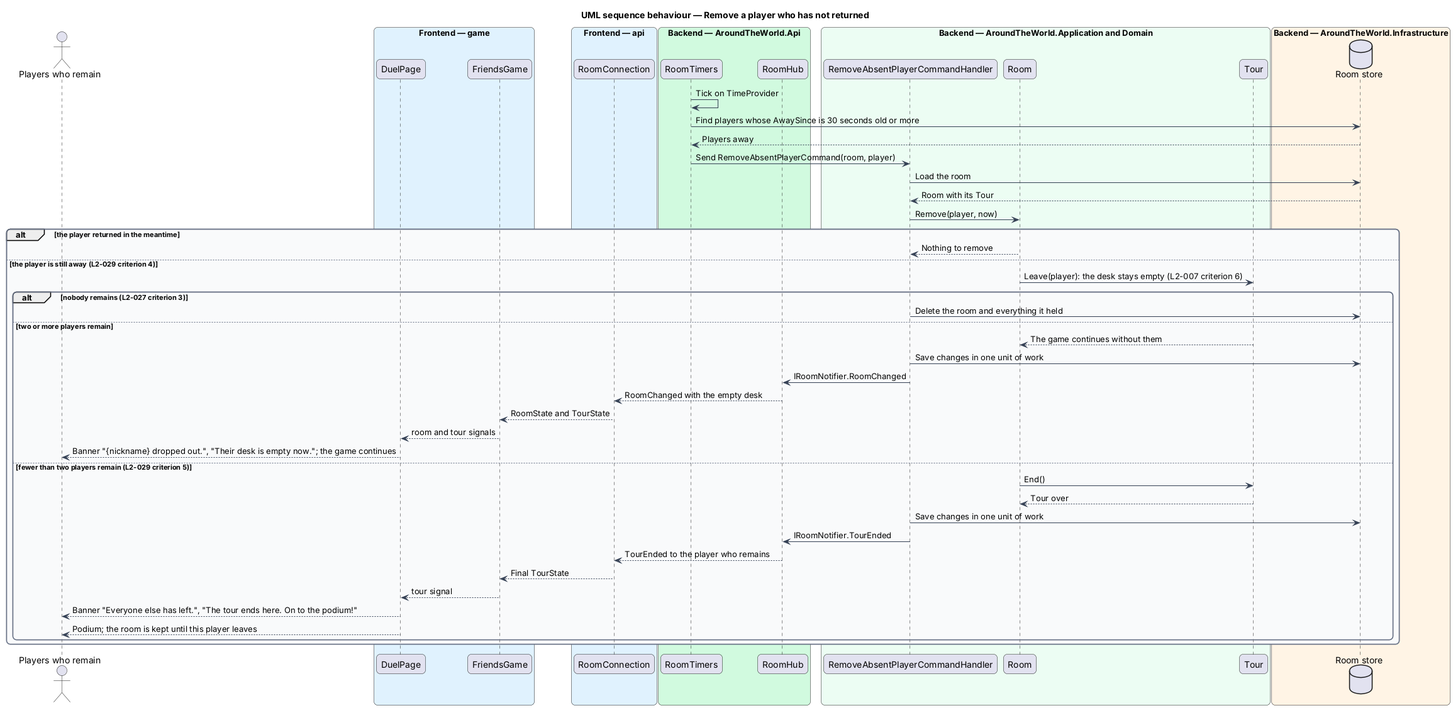
QuinntyneBrown/around-the-world keeps this PlantUML diagram as docs/detailed-designs/rooms/return-after-lost-connection/diagrams/sequence-remove-absent-player.png. Above is the earlier version. Its source is kept beside it as docs/detailed-designs/rooms/return-after-lost-connection/diagrams/sequence-remove-absent-player.puml. The source it was exported from:
```plantuml
@startuml
title UML sequence behaviour — Remove a player who has not returned
skinparam backgroundColor #FFFFFF
skinparam shadowing false
skinparam roundcorner 12
skinparam defaultFontName Arial
skinparam ArrowColor #344054
skinparam rectangle {
  BorderColor #344054
  FontColor #101828
}
skinparam package {
  BorderColor #667085
  FontColor #101828
  BackgroundColor #F9FAFB
}
actor "Players who remain" as others
box "Frontend — game" #E0F2FE
  participant "DuelPage" as page
  participant "FriendsGame" as session
end box
box "Frontend — api" #E0F2FE
  participant "RoomConnection" as conn
end box
box "Backend — AroundTheWorld.Api" #D1FADF
  participant "RoomTimers" as timers
  participant "RoomHub" as hub
end box
box "Backend — AroundTheWorld.Application and Domain" #ECFDF3
  participant "RemoveAbsentPlayerCommandHandler" as handler
  participant "Room" as room
  participant "Tour" as tour
end box
box "Backend — AroundTheWorld.Infrastructure" #FFF4E5
  database "Room store" as db
end box
timers -> timers : Tick on TimeProvider
timers -> db : Find players whose AwaySince is 30 seconds old or more
db --> timers : Players away
timers -> handler : Send RemoveAbsentPlayerCommand(room, player)
handler -> db : Load the room
db --> handler : Room with its Tour
handler -> room : Remove(player, now)
alt the player returned in the meantime
  room --> handler : Nothing to remove
else the player is still away (L2-029 criterion 4)
  room -> tour : Leave(player): the desk stays empty (L2-007 criterion 6)
  alt nobody remains (L2-027 criterion 3)
    handler -> db : Delete the room and everything it held
  else two or more players remain
    tour --> room : The game continues without them
    handler -> db : Save changes in one unit of work
    handler -> hub : IRoomNotifier.RoomChanged
    hub --> conn : RoomChanged with the empty desk
    conn --> session : RoomState and TourState
    session --> page : room and tour signals
    page --> others : Banner "{nickname} dropped out.", "Their desk is empty now."; the game continues
  else fewer than two players remain (L2-029 criterion 5)
    room -> tour : End()
    tour --> room : Tour over
    handler -> db : Save changes in one unit of work
    handler -> hub : IRoomNotifier.TourEnded
    hub --> conn : TourEnded to the player who remains
    conn --> session : Final TourState
    session --> page : tour signal
    page --> others : Banner "Everyone else has left.", "The tour ends here. On to the podium!"
    page --> others : Podium; the room is kept until this player leaves
  end
end
@enduml
```
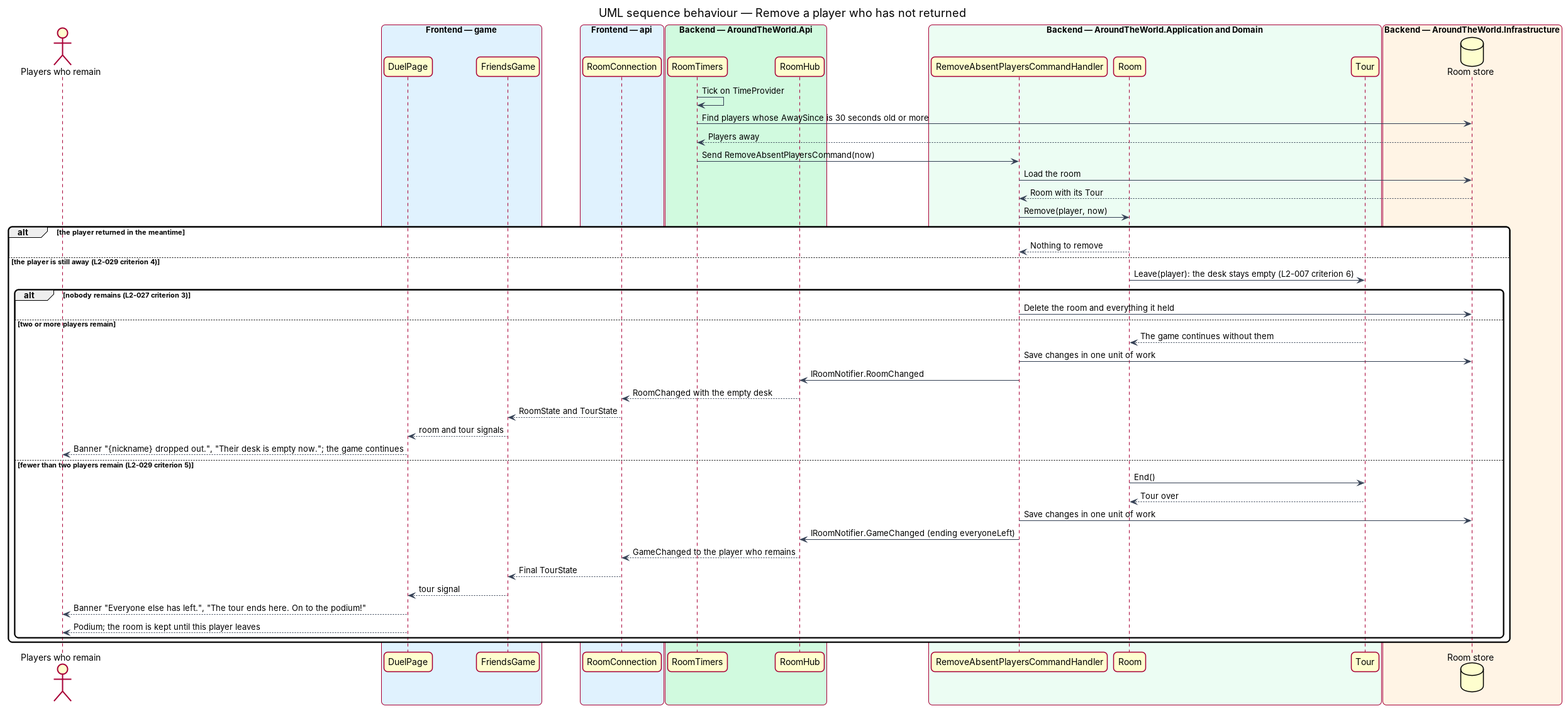
After the change.

Diff of the diagram source:
```diff
@@ -27,7 +27,7 @@
   participant "RoomHub" as hub
 end box
 box "Backend — AroundTheWorld.Application and Domain" #ECFDF3
-  participant "RemoveAbsentPlayerCommandHandler" as handler
+  participant "RemoveAbsentPlayersCommandHandler" as handler
   participant "Room" as room
   participant "Tour" as tour
 end box
@@ -37,7 +37,7 @@
 timers -> timers : Tick on TimeProvider
 timers -> db : Find players whose AwaySince is 30 seconds old or more
 db --> timers : Players away
-timers -> handler : Send RemoveAbsentPlayerCommand(room, player)
+timers -> handler : Send RemoveAbsentPlayersCommand(now)
 handler -> db : Load the room
 db --> handler : Room with its Tour
 handler -> room : Remove(player, now)
@@ -59,8 +59,8 @@
     room -> tour : End()
     tour --> room : Tour over
     handler -> db : Save changes in one unit of work
-    handler -> hub : IRoomNotifier.TourEnded
-    hub --> conn : TourEnded to the player who remains
+    handler -> hub : IRoomNotifier.GameChanged (ending everyoneLeft)
+    hub --> conn : GameChanged to the player who remains
     conn --> session : Final TourState
     session --> page : tour signal
     page --> others : Banner "Everyone else has left.", "The tour ends here. On to the podium!"
```
